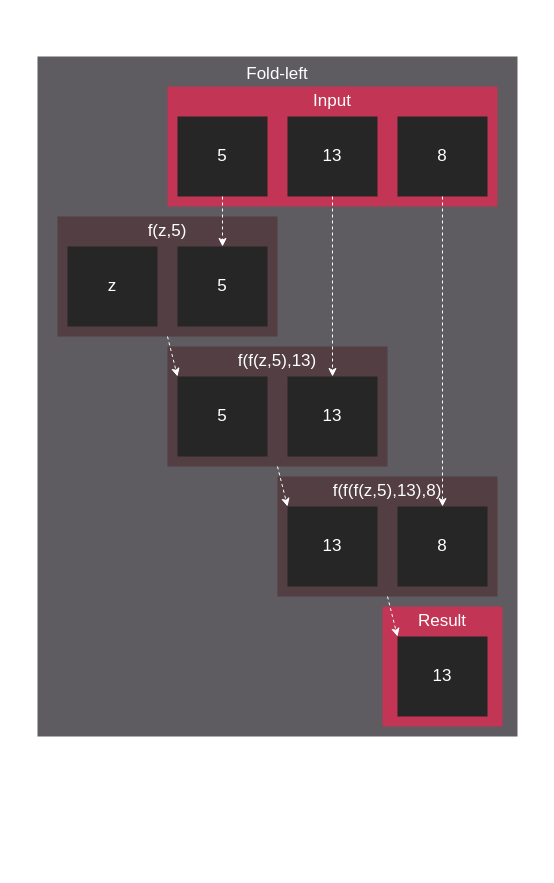
Earlier version of the draw.io diagram projects/hip/docs/data/tutorial/reduction/foldl.drawio (NautRobot/Eze-P). Source tidied: cells renumbered, new cells numbered last; positions are measured from the earlier drawing's top-left corner, leaving out a move shared by most shapes. Both pictures are drawn from the tidied source at 100%, with x=0, y=0 at pixel (37, 56).
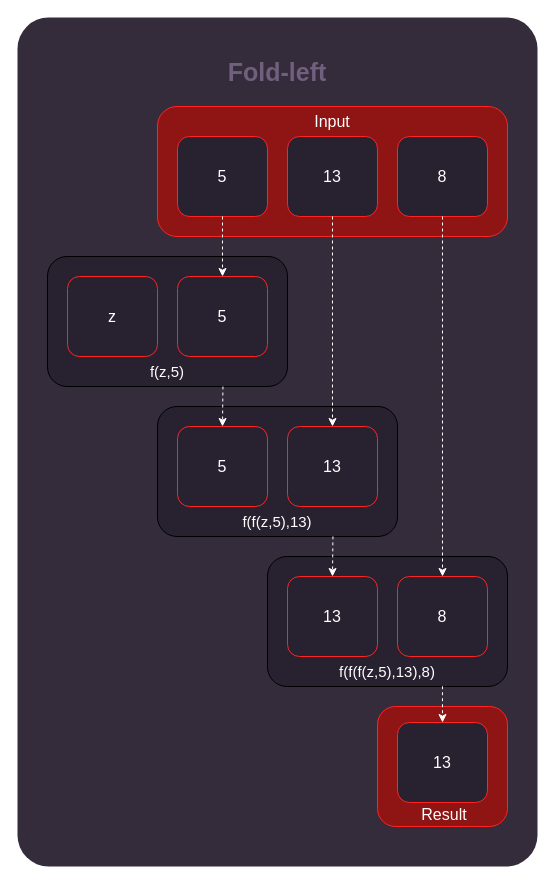
The same diagram, later.

The edit, as a diff of the source:
```diff
@@
-    <mxCell id="2" style="rounded=0;whiteSpace=wrap;html=1;fillColor=#5E5B61;fontColor=#FFFFFF;strokeColor=none;spacing=0;" parent="1" vertex="1">
-      <mxGeometry width="480" height="680" as="geometry" />
+    <mxCell id="2" style="rounded=1;whiteSpace=wrap;html=1;fillColor=#342C3B;fontColor=#FFFFFF;strokeColor=none;spacing=0;arcSize=6;glass=0;shadow=0;" parent="1" vertex="1">
+      <mxGeometry x="-20" y="-39" width="520" height="849" as="geometry" />
     </mxCell>
-    <mxCell id="3" value="Fold-left" style="text;strokeColor=none;fillColor=none;align=center;verticalAlign=middle;rounded=0;fontFamily=klavika;fontSize=17;fontColor=#FFFFFF;" parent="1" vertex="1">
-      <mxGeometry x="210" width="60" height="30" as="geometry" />
+    <mxCell id="3" value="Fold-left" style="text;html=1;strokeColor=none;fillColor=none;align=center;verticalAlign=middle;whiteSpace=wrap;rounded=0;fontSize=25;fontColor=#705F7F;fontStyle=1;" parent="1" vertex="1">
+      <mxGeometry x="180" width="120" height="30" as="geometry" />
     </mxCell>
-    <mxCell id="4" style="rounded=0;whiteSpace=wrap;html=1;fillColor=#C23555;fontColor=#FFFFFF;strokeColor=none;" parent="1" vertex="1">
-      <mxGeometry x="130" y="30" width="330" height="120" as="geometry" />
+    <mxCell id="4" style="whiteSpace=wrap;html=1;fontSize=16;fontFamily=Verdana;rounded=1;verticalAlign=top;strokeColor=#ff2424;fillColor=#8F1414;fontColor=#F0F0F0;" parent="1" vertex="1">
+      <mxGeometry x="120" y="50" width="350" height="130" as="geometry" />
     </mxCell>
-    <mxCell id="5" value="&lt;font face=&quot;Klavika&quot; style=&quot;font-size: 17px;&quot;&gt;Input&lt;/font&gt;" style="text;html=1;strokeColor=none;fillColor=none;align=center;verticalAlign=middle;whiteSpace=wrap;rounded=0;fontSize=17;fontColor=#FFFFFF;" parent="1" vertex="1">
-      <mxGeometry x="265" y="30" width="60" height="30" as="geometry" />
+    <mxCell id="5" value="&lt;font style=&quot;color: rgb(255, 255, 255);&quot; face=&quot;Helvetica&quot;&gt;Input&lt;/font&gt;" style="text;html=1;strokeColor=none;fillColor=none;align=center;verticalAlign=middle;whiteSpace=wrap;rounded=0;fontSize=16;fontColor=#FFFFFF;" parent="1" vertex="1">
+      <mxGeometry x="265" y="50" width="60" height="30" as="geometry" />
     </mxCell>
-    <mxCell id="6" style="rounded=0;whiteSpace=wrap;html=1;fillColor=#262626;fontColor=#FFFFFF;strokeColor=none;" parent="1" vertex="1">
-      <mxGeometry x="360" y="60" width="90" height="80" as="geometry" />
+    <mxCell id="6" style="rounded=1;whiteSpace=wrap;html=1;fontFamily=Verdana;fontSize=12;strokeColor=#ff2424;fillStyle=solid;fontColor=#F0F0F0;fillColor=#272130;" parent="1" vertex="1">
+      <mxGeometry x="360" y="80" width="90" height="80" as="geometry" />
     </mxCell>
-    <mxCell id="7" style="rounded=0;whiteSpace=wrap;html=1;fillColor=#262626;fontColor=#FFFFFF;strokeColor=none;" parent="1" vertex="1">
-      <mxGeometry x="250" y="60" width="90" height="80" as="geometry" />
+    <mxCell id="7" style="rounded=1;whiteSpace=wrap;html=1;fontFamily=Verdana;fontSize=12;strokeColor=#ff2424;fillStyle=solid;fontColor=#F0F0F0;fillColor=#272130;" parent="1" vertex="1">
+      <mxGeometry x="250" y="80" width="90" height="80" as="geometry" />
     </mxCell>
-    <mxCell id="8" style="rounded=0;whiteSpace=wrap;html=1;fillColor=#523E43;fontColor=#FFFFFF;strokeColor=none;" parent="1" vertex="1">
-      <mxGeometry x="20" y="160" width="220" height="120" as="geometry" />
+    <mxCell id="8" style="rounded=1;whiteSpace=wrap;html=1;fontFamily=Verdana;fontSize=12;strokeColor=default;fillStyle=solid;fontColor=#F0F0F0;fillColor=#272130;" parent="1" vertex="1">
+      <mxGeometry x="10" y="200" width="240" height="130" as="geometry" />
     </mxCell>
-    <mxCell id="9" style="rounded=0;whiteSpace=wrap;html=1;fillColor=#262626;fontColor=#FFFFFF;strokeColor=none;" parent="1" vertex="1">
-      <mxGeometry x="140" y="60" width="90" height="80" as="geometry" />
+    <mxCell id="9" style="rounded=1;whiteSpace=wrap;html=1;fontFamily=Verdana;fontSize=12;strokeColor=#ff2424;fillStyle=solid;fontColor=#F0F0F0;fillColor=#272130;" parent="1" vertex="1">
+      <mxGeometry x="140" y="80" width="90" height="80" as="geometry" />
     </mxCell>
-    <mxCell id="10" value="8" style="text;html=1;strokeColor=none;fillColor=none;align=center;verticalAlign=middle;whiteSpace=wrap;rounded=0;fontFamily=Klavika;fontSize=17;fontColor=#FFFFFF;" parent="1" vertex="1">
-      <mxGeometry x="375" y="85" width="60" height="30" as="geometry" />
+    <mxCell id="10" value="8" style="text;html=1;strokeColor=none;fillColor=none;align=center;verticalAlign=middle;whiteSpace=wrap;rounded=0;fontFamily=Helvetica;fontSize=16;fontColor=#FFFFFF;" parent="1" vertex="1">
+      <mxGeometry x="375" y="105" width="60" height="30" as="geometry" />
     </mxCell>
-    <mxCell id="11" value="13" style="text;html=1;strokeColor=none;fillColor=none;align=center;verticalAlign=middle;whiteSpace=wrap;rounded=0;fontFamily=Klavika;fontSize=17;fontColor=#FFFFFF;" parent="1" vertex="1">
-      <mxGeometry x="265" y="85" width="60" height="30" as="geometry" />
+    <mxCell id="11" value="13" style="text;html=1;strokeColor=none;fillColor=none;align=center;verticalAlign=middle;whiteSpace=wrap;rounded=0;fontFamily=Helvetica;fontSize=16;fontColor=#FFFFFF;" parent="1" vertex="1">
+      <mxGeometry x="265" y="105" width="60" height="30" as="geometry" />
     </mxCell>
-    <mxCell id="12" value="5" style="text;html=1;strokeColor=none;fillColor=none;align=center;verticalAlign=middle;whiteSpace=wrap;rounded=0;fontFamily=Klavika;fontSize=17;fontColor=#FFFFFF;" parent="1" vertex="1">
-      <mxGeometry x="155" y="85" width="60" height="30" as="geometry" />
+    <mxCell id="12" value="5" style="text;html=1;strokeColor=none;fillColor=none;align=center;verticalAlign=middle;whiteSpace=wrap;rounded=0;fontFamily=Helvetica;fontSize=16;fontColor=#FFFFFF;" parent="1" vertex="1">
+      <mxGeometry x="155" y="105" width="60" height="30" as="geometry" />
     </mxCell>
-    <mxCell id="13" style="rounded=0;whiteSpace=wrap;html=1;fillColor=#262626;fontColor=#FFFFFF;strokeColor=none;" parent="1" vertex="1">
-      <mxGeometry x="30" y="190" width="90" height="80" as="geometry" />
+    <mxCell id="13" style="rounded=1;whiteSpace=wrap;html=1;fontFamily=Verdana;fontSize=12;strokeColor=#ff2424;fillStyle=solid;fontColor=#F0F0F0;fillColor=#272130;" parent="1" vertex="1">
+      <mxGeometry x="30" y="220" width="90" height="80" as="geometry" />
     </mxCell>
-    <mxCell id="14" value="z" style="text;html=1;strokeColor=none;fillColor=none;align=center;verticalAlign=middle;whiteSpace=wrap;rounded=0;fontFamily=Klavika;fontSize=17;fontColor=#FFFFFF;" parent="1" vertex="1">
-      <mxGeometry x="45" y="215" width="60" height="30" as="geometry" />
+    <mxCell id="14" value="z" style="text;html=1;strokeColor=none;fillColor=none;align=center;verticalAlign=middle;whiteSpace=wrap;rounded=0;fontFamily=Helvetica;fontSize=16;fontColor=#FFFFFF;" parent="1" vertex="1">
+      <mxGeometry x="45" y="245" width="60" height="30" as="geometry" />
     </mxCell>
-    <mxCell id="15" style="rounded=0;whiteSpace=wrap;html=1;fillColor=#262626;fontColor=#FFFFFF;strokeColor=none;" parent="1" vertex="1">
-      <mxGeometry x="140" y="190" width="90" height="80" as="geometry" />
+    <mxCell id="15" style="rounded=1;whiteSpace=wrap;html=1;fontFamily=Verdana;fontSize=12;strokeColor=#ff2424;fillStyle=solid;fontColor=#F0F0F0;fillColor=#272130;" parent="1" vertex="1">
+      <mxGeometry x="140" y="220" width="90" height="80" as="geometry" />
     </mxCell>
-    <mxCell id="16" value="5" style="text;html=1;strokeColor=none;fillColor=none;align=center;verticalAlign=middle;whiteSpace=wrap;rounded=0;fontFamily=Klavika;fontSize=17;fontColor=#FFFFFF;" parent="1" vertex="1">
-      <mxGeometry x="155" y="215" width="60" height="30" as="geometry" />
+    <mxCell id="16" value="5" style="text;html=1;strokeColor=none;fillColor=none;align=center;verticalAlign=middle;whiteSpace=wrap;rounded=0;fontFamily=Helvetica;fontSize=16;fontColor=#FFFFFF;" parent="1" vertex="1">
+      <mxGeometry x="155" y="245" width="60" height="30" as="geometry" />
     </mxCell>
-    <mxCell id="17" value="&lt;font face=&quot;Klavika&quot; style=&quot;font-size: 17px;&quot;&gt;f(z,5)&lt;/font&gt;" style="text;html=1;strokeColor=none;fillColor=none;align=center;verticalAlign=middle;whiteSpace=wrap;rounded=0;fontSize=17;fontColor=#FFFFFF;" parent="1" vertex="1">
-      <mxGeometry x="100" y="160" width="60" height="30" as="geometry" />
+    <mxCell id="17" value="&lt;font face=&quot;Helvetica&quot; style=&quot;color: rgb(255, 255, 255);&quot;&gt;f(z,5)&lt;/font&gt;" style="text;html=1;strokeColor=none;fillColor=none;align=center;verticalAlign=middle;whiteSpace=wrap;rounded=0;fontSize=15;fontColor=#FFFFFF;" parent="1" vertex="1">
+      <mxGeometry x="100" y="300" width="60" height="30" as="geometry" />
     </mxCell>
@@
-    <mxCell id="19" style="rounded=0;whiteSpace=wrap;html=1;fillColor=#523E43;fontColor=#FFFFFF;strokeColor=none;" parent="1" vertex="1">
-      <mxGeometry x="130" y="290" width="220" height="120" as="geometry" />
+    <mxCell id="19" style="rounded=1;whiteSpace=wrap;html=1;fontFamily=Verdana;fontSize=12;strokeColor=default;fillStyle=solid;fontColor=#F0F0F0;fillColor=#272130;" parent="1" vertex="1">
+      <mxGeometry x="120" y="350" width="240" height="130" as="geometry" />
     </mxCell>
-    <mxCell id="20" style="rounded=0;whiteSpace=wrap;html=1;fillColor=#262626;fontColor=#FFFFFF;strokeColor=none;" parent="1" vertex="1">
-      <mxGeometry x="140" y="320" width="90" height="80" as="geometry" />
+    <mxCell id="20" style="rounded=1;whiteSpace=wrap;html=1;fontFamily=Verdana;fontSize=12;strokeColor=#ff2424;fillStyle=solid;fontColor=#F0F0F0;fillColor=#272130;" parent="1" vertex="1">
+      <mxGeometry x="140" y="370" width="90" height="80" as="geometry" />
     </mxCell>
-    <mxCell id="21" value="5" style="text;html=1;strokeColor=none;fillColor=none;align=center;verticalAlign=middle;whiteSpace=wrap;rounded=0;fontFamily=Klavika;fontSize=17;fontColor=#FFFFFF;" parent="1" vertex="1">
-      <mxGeometry x="155" y="345" width="60" height="30" as="geometry" />
+    <mxCell id="21" value="5" style="text;html=1;strokeColor=none;fillColor=none;align=center;verticalAlign=middle;whiteSpace=wrap;rounded=0;fontFamily=Helvetica;fontSize=16;fontColor=#FFFFFF;" parent="1" vertex="1">
+      <mxGeometry x="155" y="395" width="60" height="30" as="geometry" />
     </mxCell>
-    <mxCell id="22" style="rounded=0;whiteSpace=wrap;html=1;fillColor=#262626;fontColor=#FFFFFF;strokeColor=none;" parent="1" vertex="1">
-      <mxGeometry x="250" y="320" width="90" height="80" as="geometry" />
+    <mxCell id="22" style="rounded=1;whiteSpace=wrap;html=1;fontFamily=Verdana;fontSize=12;strokeColor=#ff2424;fillStyle=solid;fontColor=#F0F0F0;fillColor=#272130;" parent="1" vertex="1">
+      <mxGeometry x="250" y="370" width="90" height="80" as="geometry" />
     </mxCell>
-    <mxCell id="23" value="13" style="text;html=1;strokeColor=none;fillColor=none;align=center;verticalAlign=middle;whiteSpace=wrap;rounded=0;fontFamily=Klavika;fontSize=17;fontColor=#FFFFFF;" parent="1" vertex="1">
-      <mxGeometry x="265" y="345" width="60" height="30" as="geometry" />
+    <mxCell id="23" value="13" style="text;html=1;strokeColor=none;fillColor=none;align=center;verticalAlign=middle;whiteSpace=wrap;rounded=0;fontFamily=Helvetica;fontSize=16;fontColor=#FFFFFF;" parent="1" vertex="1">
+      <mxGeometry x="265" y="395" width="60" height="30" as="geometry" />
     </mxCell>
-    <mxCell id="24" value="&lt;font face=&quot;Klavika&quot; style=&quot;font-size: 17px;&quot;&gt;f(f(z,5),13)&lt;/font&gt;" style="text;html=1;strokeColor=none;fillColor=none;align=center;verticalAlign=middle;whiteSpace=wrap;rounded=0;fontSize=17;fontColor=#FFFFFF;" parent="1" vertex="1">
-      <mxGeometry x="210" y="290" width="60" height="30" as="geometry" />
+    <mxCell id="24" value="&lt;font style=&quot;color: rgb(255, 255, 255);&quot;&gt;f(f(z,5),13)&lt;/font&gt;" style="text;html=1;strokeColor=none;fillColor=none;align=center;verticalAlign=middle;whiteSpace=wrap;rounded=0;fontSize=15;fontColor=#FFFFFF;" parent="1" vertex="1">
+      <mxGeometry x="210" y="450" width="60" height="30" as="geometry" />
     </mxCell>
@@
-    <mxCell id="26" style="rounded=0;whiteSpace=wrap;html=1;fillColor=#523E43;fontColor=#FFFFFF;strokeColor=none;" parent="1" vertex="1">
-      <mxGeometry x="240" y="420" width="220" height="120" as="geometry" />
+    <mxCell id="26" style="rounded=1;whiteSpace=wrap;html=1;fontFamily=Verdana;fontSize=12;strokeColor=default;fillStyle=solid;fontColor=#F0F0F0;fillColor=#272130;" parent="1" vertex="1">
+      <mxGeometry x="230" y="500" width="240" height="130" as="geometry" />
     </mxCell>
-    <mxCell id="27" style="rounded=0;whiteSpace=wrap;html=1;fillColor=#262626;fontColor=#FFFFFF;strokeColor=none;" parent="1" vertex="1">
-      <mxGeometry x="250" y="450" width="90" height="80" as="geometry" />
+    <mxCell id="27" style="rounded=1;whiteSpace=wrap;html=1;fontFamily=Verdana;fontSize=12;strokeColor=#ff2424;fillStyle=solid;fontColor=#F0F0F0;fillColor=#272130;" parent="1" vertex="1">
+      <mxGeometry x="250" y="520" width="90" height="80" as="geometry" />
     </mxCell>
-    <mxCell id="28" value="13" style="text;html=1;strokeColor=none;fillColor=none;align=center;verticalAlign=middle;whiteSpace=wrap;rounded=0;fontFamily=Klavika;fontSize=17;fontColor=#FFFFFF;" parent="1" vertex="1">
-      <mxGeometry x="265" y="475" width="60" height="30" as="geometry" />
+    <mxCell id="28" value="13" style="text;html=1;strokeColor=none;fillColor=none;align=center;verticalAlign=middle;whiteSpace=wrap;rounded=0;fontFamily=Helvetica;fontSize=16;fontColor=#FFFFFF;" parent="1" vertex="1">
+      <mxGeometry x="265" y="545" width="60" height="30" as="geometry" />
     </mxCell>
-    <mxCell id="29" style="rounded=0;whiteSpace=wrap;html=1;fillColor=#262626;fontColor=#FFFFFF;strokeColor=none;" parent="1" vertex="1">
-      <mxGeometry x="360" y="450" width="90" height="80" as="geometry" />
+    <mxCell id="29" style="rounded=1;whiteSpace=wrap;html=1;fontFamily=Verdana;fontSize=12;strokeColor=#ff2424;fillStyle=solid;fontColor=#F0F0F0;fillColor=#272130;" parent="1" vertex="1">
+      <mxGeometry x="360" y="520" width="90" height="80" as="geometry" />
     </mxCell>
-    <mxCell id="30" value="8" style="text;html=1;strokeColor=none;fillColor=none;align=center;verticalAlign=middle;whiteSpace=wrap;rounded=0;fontFamily=Klavika;fontSize=17;fontColor=#FFFFFF;" parent="1" vertex="1">
-      <mxGeometry x="375" y="475" width="60" height="30" as="geometry" />
+    <mxCell id="30" value="8" style="text;html=1;strokeColor=none;fillColor=none;align=center;verticalAlign=middle;whiteSpace=wrap;rounded=0;fontFamily=Helvetica;fontSize=16;fontColor=#FFFFFF;" parent="1" vertex="1">
+      <mxGeometry x="375" y="545" width="60" height="30" as="geometry" />
     </mxCell>
-    <mxCell id="31" value="&lt;font face=&quot;Klavika&quot; style=&quot;font-size: 17px;&quot;&gt;f(f(f(z,5),13),8)&lt;br&gt;&lt;/font&gt;" style="text;html=1;strokeColor=none;fillColor=none;align=center;verticalAlign=middle;whiteSpace=wrap;rounded=0;fontSize=17;fontColor=#FFFFFF;" parent="1" vertex="1">
-      <mxGeometry x="320" y="420" width="60" height="30" as="geometry" />
+    <mxCell id="31" value="&lt;font&gt;&lt;font style=&quot;color: rgb(255, 255, 255); font-size: 15px;&quot; face=&quot;Helvetica&quot;&gt;f(f(f(z,5),13),8)&lt;/font&gt;&lt;br&gt;&lt;/font&gt;" style="text;html=1;strokeColor=none;fillColor=none;align=center;verticalAlign=middle;whiteSpace=wrap;rounded=0;fontSize=16;fontColor=#FFFFFF;" parent="1" vertex="1">
+      <mxGeometry x="320" y="600" width="60" height="30" as="geometry" />
     </mxCell>
@@
-    <mxCell id="33" style="endArrow=classic;html=1;dashed=1;strokeColor=#FFFFFF;fontColor=#FFFFFF;entryX=0;entryY=0;entryDx=0;entryDy=0;exitX=0.5;exitY=1;exitDx=0;exitDy=0;" parent="1" edge="1" source="8" target="20">
+    <mxCell id="33" style="endArrow=classic;html=1;dashed=1;strokeColor=#FFFFFF;fontColor=#FFFFFF;entryX=0.5;entryY=0;entryDx=0;entryDy=0;exitX=0.731;exitY=1;exitDx=0;exitDy=0;exitPerimeter=0;" parent="1" edge="1" source="8" target="20">
       <mxGeometry relative="1" as="geometry" />
     </mxCell>
-    <mxCell id="34" style="endArrow=classic;html=1;dashed=1;strokeColor=#FFFFFF;fontColor=#FFFFFF;entryX=0;entryY=0;entryDx=0;entryDy=0;exitX=0.5;exitY=1;exitDx=0;exitDy=0;" parent="1" edge="1" source="19" target="27">
+    <mxCell id="34" style="endArrow=classic;html=1;dashed=1;strokeColor=#FFFFFF;fontColor=#FFFFFF;entryX=0.5;entryY=0;entryDx=0;entryDy=0;exitX=0.731;exitY=0.999;exitDx=0;exitDy=0;exitPerimeter=0;" parent="1" edge="1" source="19" target="27">
       <mxGeometry relative="1" as="geometry" />
     </mxCell>
-    <mxCell id="35" style="rounded=0;whiteSpace=wrap;html=1;fillColor=#C23555;fontColor=#FFFFFF;strokeColor=none;" parent="1" vertex="1">
-      <mxGeometry x="345" y="550" width="120" height="120" as="geometry" />
+    <mxCell id="35" style="whiteSpace=wrap;html=1;fontSize=16;fontFamily=Verdana;rounded=1;verticalAlign=top;strokeColor=#ff2424;fillColor=#8F1414;fontColor=#F0F0F0;" parent="1" vertex="1">
+      <mxGeometry x="340" y="650" width="130" height="120" as="geometry" />
     </mxCell>
-    <mxCell id="36" value="&lt;font face=&quot;Klavika&quot; style=&quot;font-size: 17px;&quot;&gt;Result&lt;/font&gt;" style="text;html=1;strokeColor=none;fillColor=none;align=center;verticalAlign=middle;whiteSpace=wrap;rounded=0;fontSize=17;fontColor=#FFFFFF;" parent="1" vertex="1">
-      <mxGeometry x="375" y="550" width="60" height="30" as="geometry" />
+    <mxCell id="36" value="&lt;font style=&quot;color: rgb(255, 255, 255);&quot; face=&quot;Helvetica&quot;&gt;Result&lt;/font&gt;" style="text;html=1;strokeColor=none;fillColor=none;align=center;verticalAlign=middle;whiteSpace=wrap;rounded=0;fontSize=16;fontColor=#FFFFFF;" parent="1" vertex="1">
+      <mxGeometry x="377" y="743" width="60" height="30" as="geometry" />
     </mxCell>
-    <mxCell id="37" style="rounded=0;whiteSpace=wrap;html=1;fillColor=#262626;fontColor=#FFFFFF;strokeColor=none;" parent="1" vertex="1">
-      <mxGeometry x="360" y="580" width="90" height="80" as="geometry" />
+    <mxCell id="37" style="rounded=1;whiteSpace=wrap;html=1;fontFamily=Verdana;fontSize=12;strokeColor=#ff2424;fillStyle=solid;fontColor=#F0F0F0;fillColor=#272130;" parent="1" vertex="1">
+      <mxGeometry x="360" y="666" width="90" height="80" as="geometry" />
     </mxCell>
-    <mxCell id="38" value="13" style="text;html=1;strokeColor=none;fillColor=none;align=center;verticalAlign=middle;whiteSpace=wrap;rounded=0;fontFamily=Klavika;fontSize=17;fontColor=#FFFFFF;" parent="1" vertex="1">
-      <mxGeometry x="375" y="605" width="60" height="30" as="geometry" />
+    <mxCell id="38" value="13" style="text;html=1;strokeColor=none;fillColor=none;align=center;verticalAlign=middle;whiteSpace=wrap;rounded=0;fontFamily=Helvetica;fontSize=16;fontColor=#FFFFFF;" parent="1" vertex="1">
+      <mxGeometry x="375" y="691" width="60" height="30" as="geometry" />
     </mxCell>
-    <mxCell id="39" style="endArrow=classic;html=1;dashed=1;strokeColor=#FFFFFF;fontColor=#FFFFFF;entryX=0;entryY=0;entryDx=0;entryDy=0;" parent="1" edge="1" target="37">
-      <mxGeometry relative="1" as="geometry">
-        <mxPoint x="350" y="540" as="sourcePoint" />
-      </mxGeometry>
+    <mxCell id="39" style="endArrow=classic;html=1;dashed=1;strokeColor=#FFFFFF;fontColor=#FFFFFF;entryX=0.5;entryY=0;entryDx=0;entryDy=0;exitX=0.729;exitY=0.998;exitDx=0;exitDy=0;exitPerimeter=0;" parent="1" edge="1" source="26" target="37">
+      <mxGeometry relative="1" as="geometry" />
     </mxCell>
```
